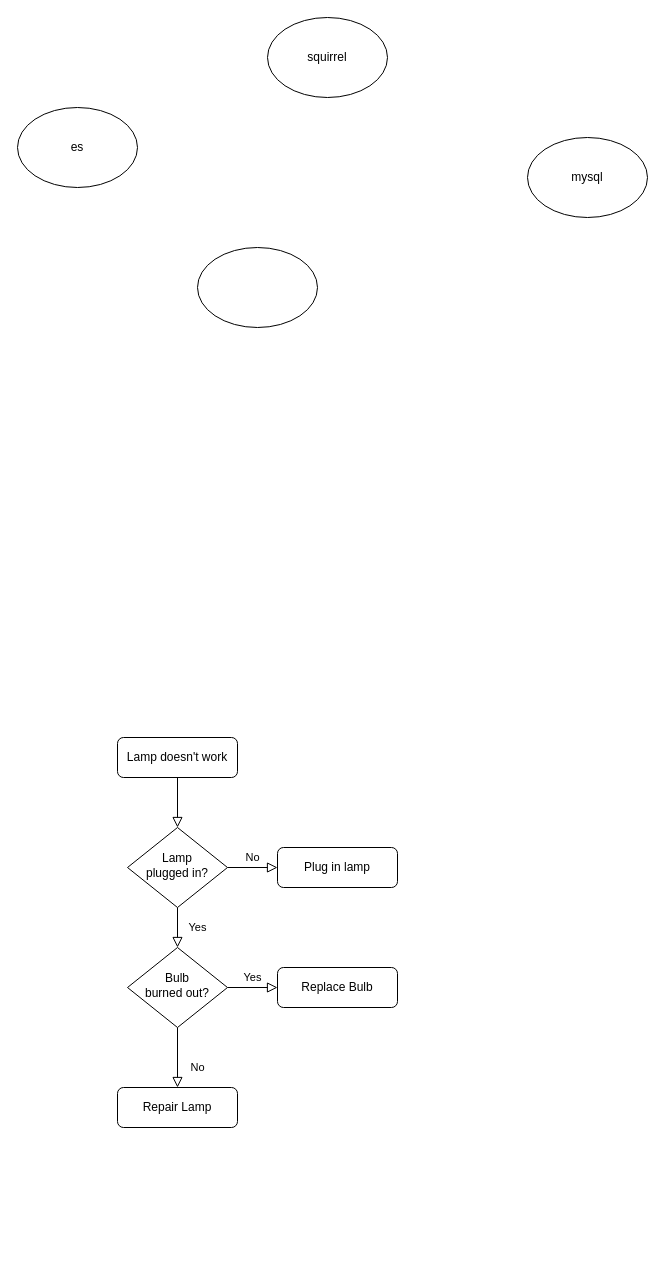
Earlier version of the draw.io diagram page "Page-1" (1 of 2) of Untitled Diagram.drawio (wangxueyuan/learngit). Source tidied: cells renumbered, new cells numbered last; positions are measured from the earlier drawing's top-left corner, leaving out a move shared by most shapes. Both pictures are drawn from the tidied source at 100%, with x=0, y=0 at pixel (17, 17).
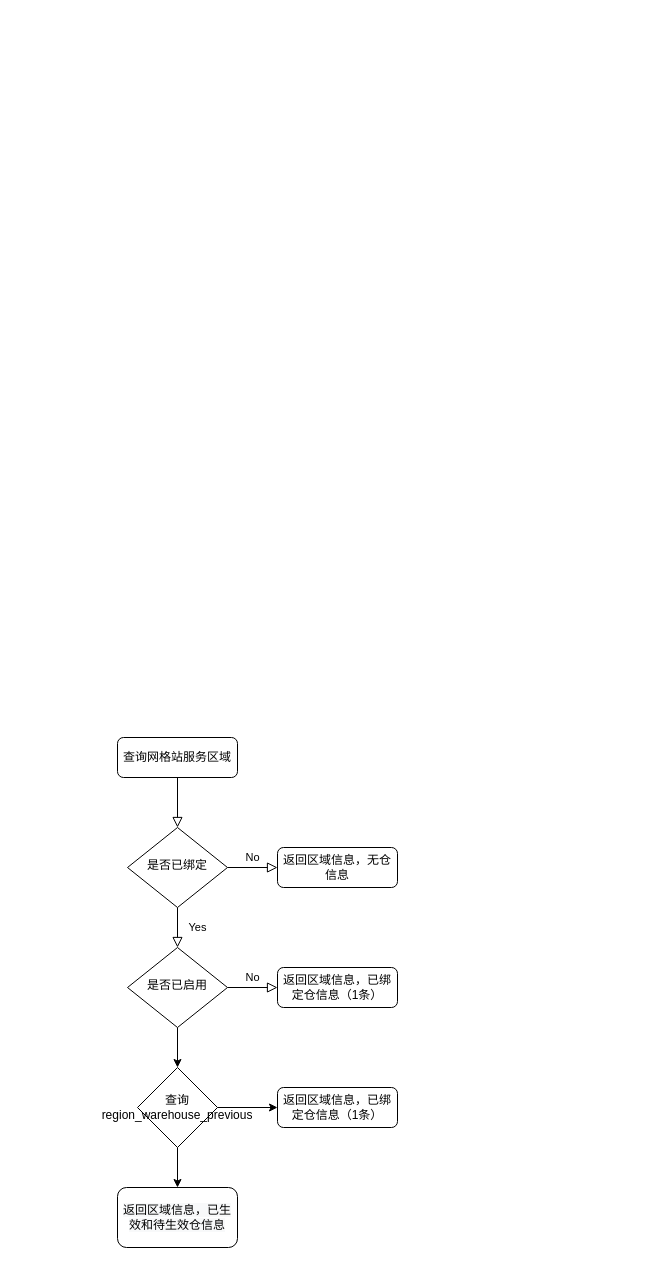
The same diagram, later.

What changed in the source:
```diff
@@
 <mxGraphModel>
   <root>
     <mxCell id="0" />
     <mxCell id="1" parent="0" />
     <mxCell id="2" style="rounded=0;html=1;jettySize=auto;fontSize=11;endArrow=block;endFill=0;endSize=8;strokeWidth=1;shadow=0;labelBackgroundColor=none;edgeStyle=orthogonalEdgeStyle;" parent="1" edge="1" source="3" target="6">
       <mxGeometry relative="1" as="geometry" />
     </mxCell>
-    <mxCell id="3" value="Lamp doesn't work" style="rounded=1;whiteSpace=wrap;html=1;fontSize=12;glass=0;strokeWidth=1;shadow=0;" parent="1" vertex="1">
+    <mxCell id="3" value="查询网格站服务区域" style="rounded=1;whiteSpace=wrap;html=1;fontSize=12;glass=0;strokeWidth=1;shadow=0;" parent="1" vertex="1">
       <mxGeometry x="100" y="720" width="120" height="40" as="geometry" />
     </mxCell>
     <mxCell id="4" value="Yes" style="rounded=0;html=1;jettySize=auto;fontSize=11;endArrow=block;endFill=0;endSize=8;strokeWidth=1;shadow=0;labelBackgroundColor=none;edgeStyle=orthogonalEdgeStyle;" parent="1" edge="1" source="6" target="10">
       <mxGeometry y="20" relative="1" as="geometry" />
     </mxCell>
     <mxCell id="5" value="No" style="edgeStyle=orthogonalEdgeStyle;rounded=0;html=1;jettySize=auto;fontSize=11;endArrow=block;endFill=0;endSize=8;strokeWidth=1;shadow=0;labelBackgroundColor=none;" parent="1" edge="1" source="6" target="7">
       <mxGeometry y="10" relative="1" as="geometry" />
     </mxCell>
-    <mxCell id="6" value="Lamp&lt;br&gt;plugged in?" style="rhombus;whiteSpace=wrap;html=1;shadow=0;fontFamily=Helvetica;fontSize=12;align=center;strokeWidth=1;spacing=6;spacingTop=-4;" parent="1" vertex="1">
+    <mxCell id="6" value="是否已绑定" style="rhombus;whiteSpace=wrap;html=1;shadow=0;fontFamily=Helvetica;fontSize=12;align=center;strokeWidth=1;spacing=6;spacingTop=-4;" parent="1" vertex="1">
       <mxGeometry x="110" y="810" width="100" height="80" as="geometry" />
     </mxCell>
-    <mxCell id="7" value="Plug in lamp" style="rounded=1;whiteSpace=wrap;html=1;fontSize=12;glass=0;strokeWidth=1;shadow=0;" parent="1" vertex="1">
+    <mxCell id="7" value="返回区域信息，无仓信息" style="rounded=1;whiteSpace=wrap;html=1;fontSize=12;glass=0;strokeWidth=1;shadow=0;" parent="1" vertex="1">
       <mxGeometry x="260" y="830" width="120" height="40" as="geometry" />
     </mxCell>
-    <mxCell id="8" value="No" style="rounded=0;html=1;jettySize=auto;fontSize=11;endArrow=block;endFill=0;endSize=8;strokeWidth=1;shadow=0;labelBackgroundColor=none;edgeStyle=orthogonalEdgeStyle;" parent="1" edge="1" source="10" target="11">
-      <mxGeometry x="0.33" y="20" relative="1" as="geometry" />
-    </mxCell>
-    <mxCell id="9" value="Yes" style="edgeStyle=orthogonalEdgeStyle;rounded=0;html=1;jettySize=auto;fontSize=11;endArrow=block;endFill=0;endSize=8;strokeWidth=1;shadow=0;labelBackgroundColor=none;" parent="1" edge="1" source="10" target="12">
+    <mxCell id="9" value="No" style="edgeStyle=orthogonalEdgeStyle;rounded=0;html=1;jettySize=auto;fontSize=11;endArrow=block;endFill=0;endSize=8;strokeWidth=1;shadow=0;labelBackgroundColor=none;" parent="1" edge="1" source="10" target="12">
       <mxGeometry y="10" relative="1" as="geometry" />
     </mxCell>
+    <mxCell id="17" style="edgeStyle=orthogonalEdgeStyle;rounded=0;jettySize=auto;html=1;" parent="1" edge="1" source="10" target="20">
+      <mxGeometry relative="1" as="geometry" />
+    </mxCell>
-    <mxCell id="10" value="Bulb&lt;br&gt;burned out?" style="rhombus;whiteSpace=wrap;html=1;shadow=0;fontFamily=Helvetica;fontSize=12;align=center;strokeWidth=1;spacing=6;spacingTop=-4;" parent="1" vertex="1">
+    <mxCell id="10" value="是否已启用" style="rhombus;whiteSpace=wrap;html=1;shadow=0;fontFamily=Helvetica;fontSize=12;align=center;strokeWidth=1;spacing=6;spacingTop=-4;" parent="1" vertex="1">
       <mxGeometry x="110" y="930" width="100" height="80" as="geometry" />
     </mxCell>
-    <mxCell id="11" value="Repair Lamp" style="rounded=1;whiteSpace=wrap;html=1;fontSize=12;glass=0;strokeWidth=1;shadow=0;" parent="1" vertex="1">
-      <mxGeometry x="100" y="1070" width="120" height="40" as="geometry" />
-    </mxCell>
-    <mxCell id="12" value="Replace Bulb" style="rounded=1;whiteSpace=wrap;html=1;fontSize=12;glass=0;strokeWidth=1;shadow=0;" parent="1" vertex="1">
+    <mxCell id="12" value="&lt;span&gt;返回区域信息，已绑定仓信息（1条）&lt;/span&gt;" style="rounded=1;whiteSpace=wrap;html=1;fontSize=12;glass=0;strokeWidth=1;shadow=0;" parent="1" vertex="1">
       <mxGeometry x="260" y="950" width="120" height="40" as="geometry" />
     </mxCell>
-    <mxCell id="13" value="es" style="ellipse;whiteSpace=wrap;html=1;" parent="1" vertex="1">
-      <mxGeometry y="90" width="120" height="80" as="geometry" />
-    </mxCell>
-    <mxCell id="14" value="squirrel" style="ellipse;whiteSpace=wrap;html=1;" parent="1" vertex="1">
-      <mxGeometry x="250" width="120" height="80" as="geometry" />
-    </mxCell>
-    <mxCell id="15" value="mysql" style="ellipse;whiteSpace=wrap;html=1;" parent="1" vertex="1">
-      <mxGeometry x="510" y="120" width="120" height="80" as="geometry" />
-    </mxCell>
-    <mxCell id="16" style="ellipse;whiteSpace=wrap;html=1;" parent="1" vertex="1">
-      <mxGeometry x="180" y="230" width="120" height="80" as="geometry" />
-    </mxCell>
+    <mxCell id="18" style="edgeStyle=orthogonalEdgeStyle;rounded=0;jettySize=auto;html=1;" parent="1" edge="1" source="20" target="21">
+      <mxGeometry relative="1" as="geometry" />
+    </mxCell>
+    <mxCell id="19" style="edgeStyle=orthogonalEdgeStyle;rounded=0;jettySize=auto;html=1;" parent="1" edge="1" source="20" target="22">
+      <mxGeometry relative="1" as="geometry" />
+    </mxCell>
+    <mxCell id="20" value="&lt;span&gt;查询region_warehouse_previous&lt;/span&gt;" style="rhombus;whiteSpace=wrap;html=1;" parent="1" vertex="1">
+      <mxGeometry x="120" y="1050" width="80" height="80" as="geometry" />
+    </mxCell>
+    <mxCell id="21" value="&lt;span&gt;返回区域信息，已绑定仓信息（1条）&lt;/span&gt;" style="rounded=1;whiteSpace=wrap;html=1;" parent="1" vertex="1">
+      <mxGeometry x="260" y="1070" width="120" height="40" as="geometry" />
+    </mxCell>
+    <mxCell id="22" value="&lt;span style=&quot;color: rgb(0 , 0 , 0) ; font-family: &amp;#34;helvetica&amp;#34; ; font-size: 12px ; font-style: normal ; font-weight: 400 ; letter-spacing: normal ; text-align: center ; text-indent: 0px ; text-transform: none ; word-spacing: 0px ; background-color: rgb(248 , 249 , 250) ; display: inline ; float: none&quot;&gt;返回区域信息，已生效和待生效仓信息&lt;/span&gt;" style="rounded=1;whiteSpace=wrap;html=1;" parent="1" vertex="1">
+      <mxGeometry x="100" y="1170" width="120" height="60" as="geometry" />
+    </mxCell>
   </root>
 </mxGraphModel>
```
